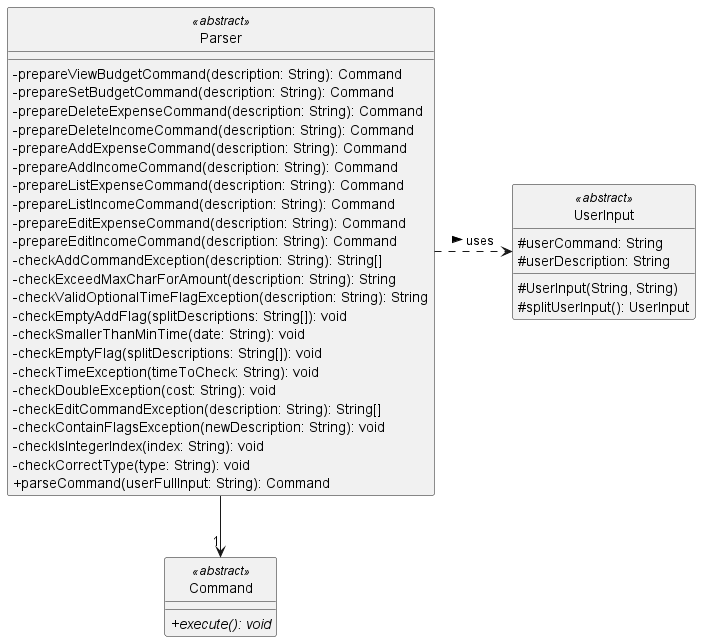
Earlier version of the PlantUML export docs/images/ParserClassDiagram.png (nus-cs2113-AY2223S2/tp).
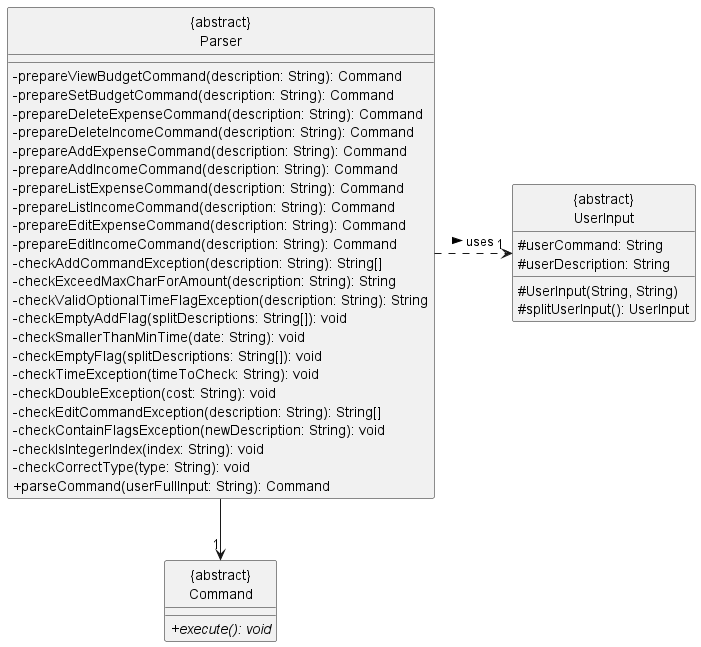
Later version of the same file.

Diff of the diagram source:
```diff
@@ -2,10 +2,11 @@
 skinparam classAttributeIconSize 0
 hide circle
 
-class "Parser" as parser
-class "Command" as command
+class "{abstract}\nParser" as parser
+class "{abstract}\nCommand" as command
+class "{abstract}\nUserInput" as userInput
 
-class parser <<abstract>> {
+class parser {
     -prepareViewBudgetCommand(description: String): Command
     -prepareSetBudgetCommand(description: String): Command
     -prepareDeleteExpenseCommand(description: String): Command
@@ -31,11 +32,11 @@
     +parseCommand(userFullInput: String): Command
 }
 
-class command <<abstract>> {
+class command {
     {abstract} +execute(): void
 }
 
-class UserInput <<abstract>> {
+class userInput {
     #userCommand: String
     #userDescription: String
 
@@ -44,6 +45,6 @@
 }
 
 parser --> "1" command
-parser .> UserInput : uses >
+parser .> "1" userInput : uses >
 
 @enduml
```
